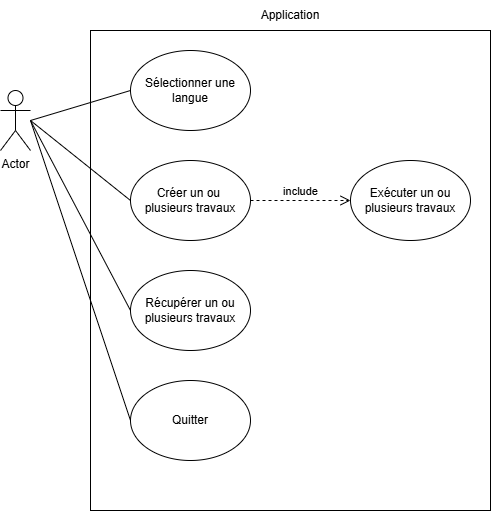
The draw.io diagram Documents/UML/Diagramme de cas d'utilisation V1.0.png in PierreKerlau/G2_EasySave, before a commit. Source tidied: cells renumbered, new cells last; positions are measured from the earlier drawing's top-left corner, leaving out a move shared by most shapes.
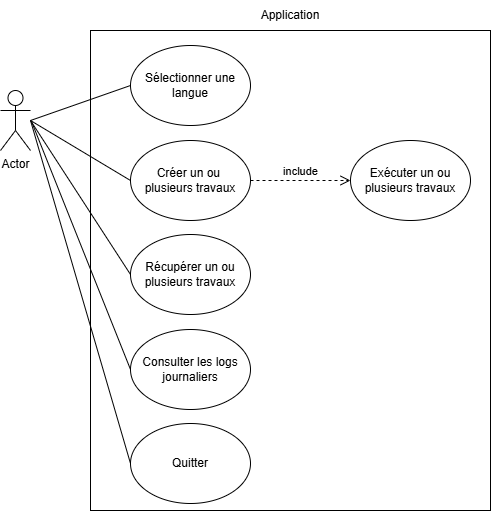
The same file after the commit.

The edit, as a diff of the source:
```diff
@@ -12,19 +12,19 @@
       <mxGeometry x="260" width="60" height="30" as="geometry" />
     </mxCell>
     <mxCell id="5" value="Sélectionner une langue" style="ellipse;whiteSpace=wrap;html=1;" parent="1" vertex="1">
-      <mxGeometry x="130" y="50" width="120" height="80" as="geometry" />
+      <mxGeometry x="130" y="45" width="120" height="80" as="geometry" />
     </mxCell>
     <mxCell id="6" value="Créer un ou&amp;nbsp;&lt;div&gt;plusieurs travaux&lt;/div&gt;" style="ellipse;whiteSpace=wrap;html=1;" parent="1" vertex="1">
-      <mxGeometry x="130" y="160" width="120" height="80" as="geometry" />
+      <mxGeometry x="130" y="140" width="120" height="80" as="geometry" />
     </mxCell>
     <mxCell id="7" value="Récupérer un ou plusieurs travaux" style="ellipse;whiteSpace=wrap;html=1;" parent="1" vertex="1">
-      <mxGeometry x="130" y="270" width="120" height="80" as="geometry" />
+      <mxGeometry x="130" y="234" width="120" height="80" as="geometry" />
     </mxCell>
     <mxCell id="8" value="Quitter" style="ellipse;whiteSpace=wrap;html=1;" parent="1" vertex="1">
-      <mxGeometry x="130" y="380" width="120" height="80" as="geometry" />
+      <mxGeometry x="130" y="423" width="120" height="80" as="geometry" />
     </mxCell>
     <mxCell id="9" value="Exécuter un ou plusieurs travaux" style="ellipse;whiteSpace=wrap;html=1;" parent="1" vertex="1">
-      <mxGeometry x="350" y="160" width="120" height="80" as="geometry" />
+      <mxGeometry x="350" y="140" width="120" height="80" as="geometry" />
     </mxCell>
     <mxCell id="10" style="endArrow=none;html=1;rounded=0;entryX=0;entryY=0.5;entryDx=0;entryDy=0;" parent="1" edge="1" target="5">
       <mxGeometry relative="1" as="geometry">
@@ -49,5 +49,13 @@
     <mxCell id="14" value="include" style="html=1;verticalAlign=bottom;endArrow=open;dashed=1;endSize=8;curved=0;rounded=0;entryX=0;entryY=0.5;entryDx=0;entryDy=0;exitX=1;exitY=0.5;exitDx=0;exitDy=0;" parent="1" edge="1" source="6" target="9">
       <mxGeometry relative="1" as="geometry" />
     </mxCell>
+    <mxCell id="15" value="Consulter les logs journaliers" style="ellipse;whiteSpace=wrap;html=1;" parent="1" vertex="1">
+      <mxGeometry x="130" y="329" width="120" height="80" as="geometry" />
+    </mxCell>
+    <mxCell id="16" style="endArrow=none;html=1;rounded=0;exitX=0;exitY=0.5;exitDx=0;exitDy=0;" parent="1" edge="1" source="15">
+      <mxGeometry relative="1" as="geometry">
+        <mxPoint x="31" y="121" as="targetPoint" />
+      </mxGeometry>
+    </mxCell>
   </root>
 </mxGraphModel>
```
